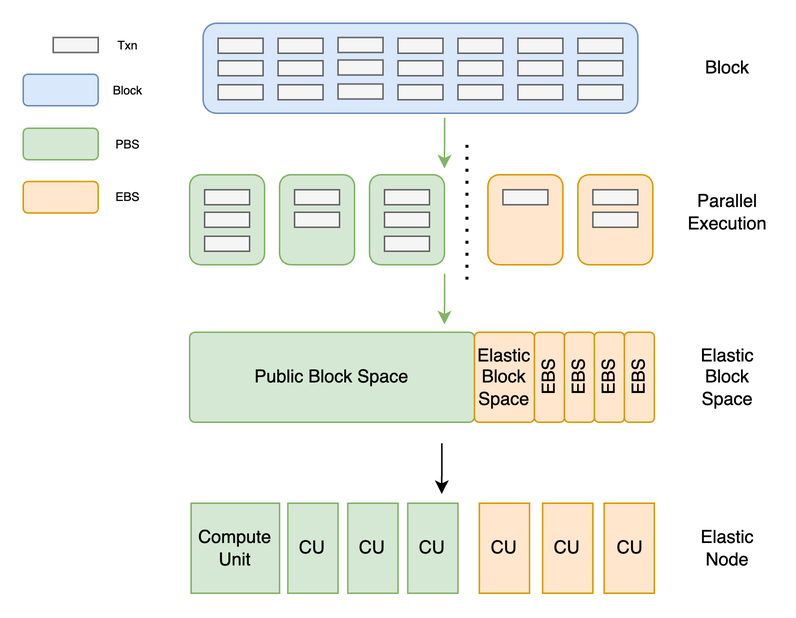
Before: latex/sections/images/elastic-block-space.png, a diagram exported from draw.io (artela-network/artela-scalability-whitepaper). Source tidied: cells renumbered, new cells last; positions are measured from the earlier drawing's top-left corner, leaving out a move shared by most shapes.
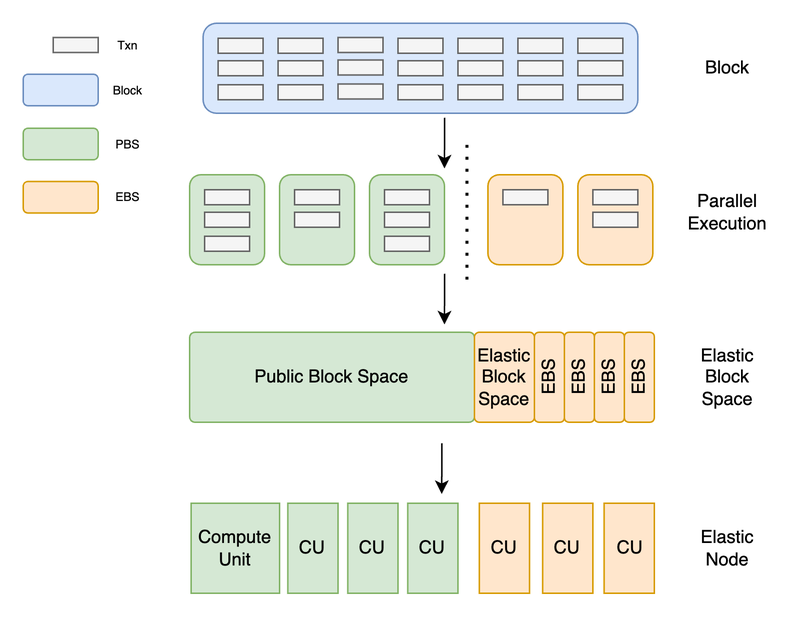
The same file after the commit.

Commit message:
🔨: fix diagram color issue

The edit, as a diff of the source:
```diff
@@ -128,7 +128,7 @@
         <mxPoint x="296" y="81" as="targetPoint" />
       </mxGeometry>
     </mxCell>
-    <mxCell id="43" style="endArrow=classic;html=1;rounded=0;exitX=0.328;exitY=1.103;exitDx=0;exitDy=0;exitPerimeter=0;fillColor=#d5e8d4;strokeColor=#82b366;" parent="1" edge="1">
+    <mxCell id="43" style="endArrow=classic;html=1;rounded=0;exitX=0.328;exitY=1.103;exitDx=0;exitDy=0;exitPerimeter=0;fillColor=#d5e8d4;strokeColor=#000000;" parent="1" edge="1">
       <mxGeometry relative="1" as="geometry">
         <mxPoint x="281.1" y="63" as="sourcePoint" />
         <mxPoint x="281" y="96.8" as="targetPoint" />
@@ -146,7 +146,7 @@
     <mxCell id="47" value="EBS" style="rounded=1;whiteSpace=wrap;html=1;fillColor=#ffe6cc;strokeColor=#d79b00;horizontal=0;" parent="1" vertex="1">
       <mxGeometry x="381" y="206" width="20" height="60" as="geometry" />
     </mxCell>
-    <mxCell id="48" style="endArrow=classic;html=1;rounded=0;exitX=0.328;exitY=1.103;exitDx=0;exitDy=0;exitPerimeter=0;fillColor=#d5e8d4;strokeColor=#82b366;" parent="1" edge="1">
+    <mxCell id="48" style="endArrow=classic;html=1;rounded=0;exitX=0.328;exitY=1.103;exitDx=0;exitDy=0;exitPerimeter=0;fillColor=#d5e8d4;strokeColor=#000000;" parent="1" edge="1">
       <mxGeometry relative="1" as="geometry">
         <mxPoint x="281.1" y="167" as="sourcePoint" />
         <mxPoint x="281" y="200.8" as="targetPoint" />
```
